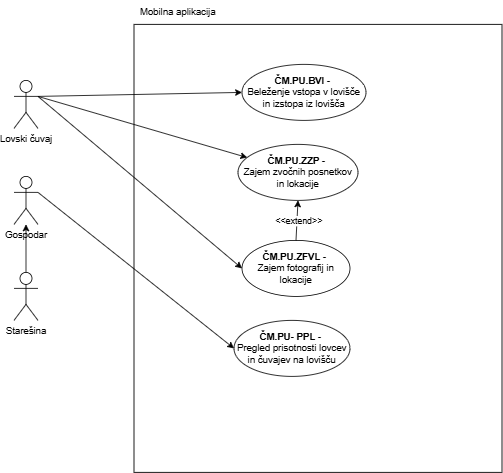
Before: Lovski cuvaj-Mobilna aplikacija.drawio.png, a diagram exported from draw.io (ErnestISv/Lovstvo). Source tidied: cells renumbered, new cells last; positions are measured from the earlier drawing's top-left corner, leaving out a move shared by most shapes.
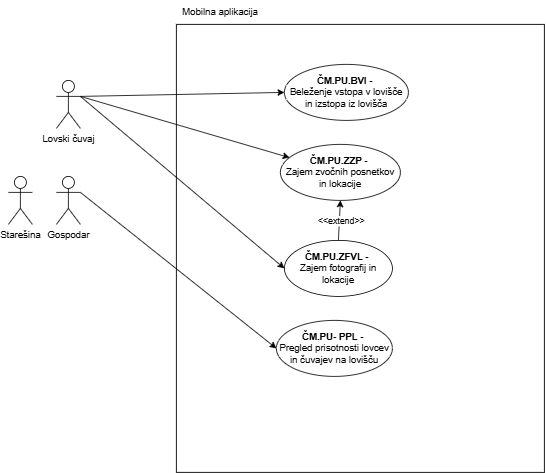
The same file after the commit.

The edit, as a diff of the source:
```diff
@@ -9,7 +9,7 @@
       <mxGeometry y="100" width="30" height="60" as="geometry" />
     </mxCell>
     <mxCell id="4" value="Starešina" style="shape=umlActor;verticalLabelPosition=bottom;verticalAlign=top;html=1;outlineConnect=0;" parent="1" vertex="1">
-      <mxGeometry y="340" width="30" height="60" as="geometry" />
+      <mxGeometry x="-60" y="220" width="30" height="60" as="geometry" />
     </mxCell>
     <mxCell id="5" value="Gospodar" style="shape=umlActor;verticalLabelPosition=bottom;verticalAlign=top;html=1;outlineConnect=0;" parent="1" vertex="1">
       <mxGeometry y="220" width="30" height="60" as="geometry" />
@@ -37,9 +37,6 @@
     <mxCell id="12" style="endArrow=classic;html=1;rounded=0;exitX=1;exitY=0.3333333333333333;exitDx=0;exitDy=0;exitPerimeter=0;entryX=0;entryY=0.5;entryDx=0;entryDy=0;" parent="1" edge="1" source="5" target="11">
       <mxGeometry relative="1" as="geometry" />
     </mxCell>
-    <mxCell id="13" style="endArrow=classic;html=1;rounded=0;exitX=0.5;exitY=0;exitDx=0;exitDy=0;exitPerimeter=0;" parent="1" edge="1" source="4" target="5">
-      <mxGeometry relative="1" as="geometry" />
-    </mxCell>
     <mxCell id="14" value="&lt;b&gt;ČM.PU.BVI&lt;/b&gt; -&amp;nbsp;&lt;div&gt;Beleženje vstopa v lovišče in izstopa iz lovišča&lt;/div&gt;" style="ellipse;whiteSpace=wrap;html=1;" parent="1" vertex="1">
       <mxGeometry x="285" y="80" width="155" height="70" as="geometry" />
     </mxCell>
```
